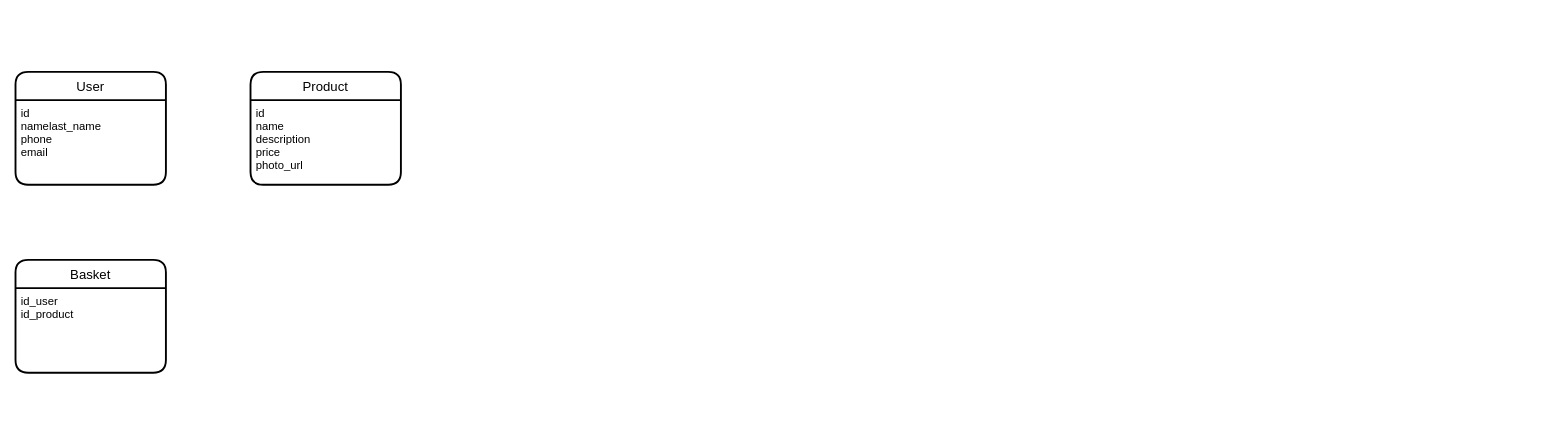
Before: page "Database" (2 of 3) of Withcer_map.drawio in DemonMaike/dj_shop_the_withcer, a draw.io diagram. Source tidied: cells renumbered, new cells numbered last; positions are measured from the earlier drawing's top-left corner, leaving out a move shared by most shapes. Both pictures are drawn from the tidied source at 94%, with x=0, y=0 at pixel (15, 71).
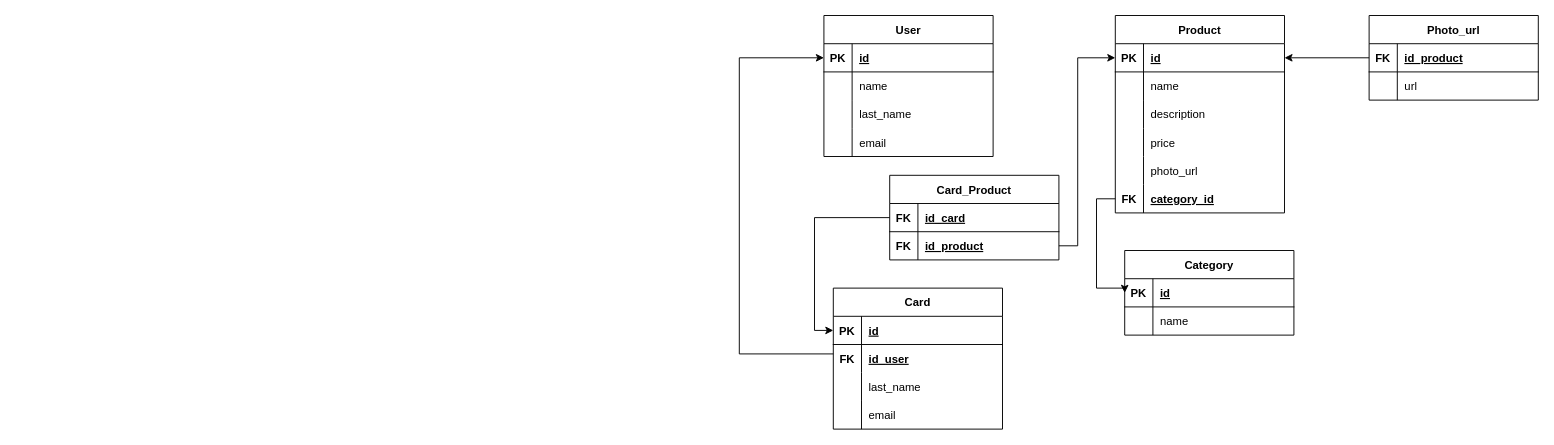
Above is the later version.

What changed in the source:
```diff
@@
-    <mxCell id="2" value="User" style="swimlane;horizontal=1;startSize=30;rounded=1;fontSize=14;fontStyle=0;strokeWidth=2;shadow=0;dashed=0;align=center;" parent="1" vertex="1">
-      <mxGeometry width="160" height="120" as="geometry" />
+    <mxCell id="2" value="User" style="shape=table;startSize=30;childLayout=tableLayout;rowLines=0;fontStyle=1;align=center;" parent="1" vertex="1">
+      <mxGeometry x="860" y="-60" width="180" height="150" as="geometry" />
     </mxCell>
-    <mxCell id="3" value="id&#10;namelast_name&#10;phone&#10;email&#10;" style="align=left;strokeColor=none;fillColor=none;spacingLeft=4;fontSize=12;verticalAlign=top;" parent="2" vertex="1">
-      <mxGeometry y="30" width="160" height="90" as="geometry" />
-    </mxCell>
+    <mxCell id="8" style="shape=tableRow;horizontal=0;startSize=0;swimlaneHead=0;swimlaneBody=0;fillColor=none;points=[[0,0.5],[1,0.5]];portConstraint=eastwest;top=0;left=0;right=0;bottom=1;" parent="2" vertex="1">
+      <mxGeometry y="30" width="180" height="30" as="geometry" />
+    </mxCell>
+    <mxCell id="9" value="PK" style="shape=partialRectangle;fillColor=none;top=0;left=0;bottom=0;right=0;fontStyle=1;overflow=hidden;" parent="8" vertex="1">
+      <mxGeometry width="30" height="30" as="geometry" />
+    </mxCell>
+    <mxCell id="10" value="id" style="shape=partialRectangle;fillColor=none;top=0;left=0;bottom=0;right=0;align=left;spacingLeft=6;fontStyle=5;overflow=hidden;" parent="8" vertex="1">
+      <mxGeometry x="30" width="150" height="30" as="geometry" />
+    </mxCell>
+    <mxCell id="11" style="shape=tableRow;horizontal=0;startSize=0;swimlaneHead=0;swimlaneBody=0;fillColor=none;top=0;left=0;right=0;bottom=0;" parent="2" vertex="1">
+      <mxGeometry y="60" width="180" height="30" as="geometry" />
+    </mxCell>
+    <mxCell id="12" style="shape=partialRectangle;fillColor=none;top=0;left=0;bottom=0;right=0;overflow=hidden;" parent="11" vertex="1">
+      <mxGeometry width="30" height="30" as="geometry" />
+    </mxCell>
+    <mxCell id="13" value="name" style="shape=partialRectangle;fillColor=none;top=0;left=0;bottom=0;right=0;align=left;spacingLeft=6;overflow=hidden;" parent="11" vertex="1">
+      <mxGeometry x="30" width="150" height="30" as="geometry" />
+    </mxCell>
+    <mxCell id="14" style="shape=tableRow;horizontal=0;startSize=0;swimlaneHead=0;swimlaneBody=0;fillColor=none;top=0;left=0;right=0;bottom=0;" parent="2" vertex="1">
+      <mxGeometry y="90" width="180" height="30" as="geometry" />
+    </mxCell>
+    <mxCell id="15" style="shape=partialRectangle;fillColor=none;top=0;left=0;bottom=0;right=0;overflow=hidden;" parent="14" vertex="1">
+      <mxGeometry width="30" height="30" as="geometry" />
+    </mxCell>
+    <mxCell id="16" value="last_name" style="shape=partialRectangle;fillColor=none;top=0;left=0;bottom=0;right=0;align=left;spacingLeft=6;overflow=hidden;" parent="14" vertex="1">
+      <mxGeometry x="30" width="150" height="30" as="geometry" />
+    </mxCell>
+    <mxCell id="17" style="shape=tableRow;horizontal=0;startSize=0;swimlaneHead=0;swimlaneBody=0;fillColor=none;top=0;left=0;right=0;bottom=0;" parent="2" vertex="1">
+      <mxGeometry y="120" width="180" height="30" as="geometry" />
+    </mxCell>
+    <mxCell id="18" style="shape=partialRectangle;fillColor=none;top=0;left=0;bottom=0;right=0;overflow=hidden;" parent="17" vertex="1">
+      <mxGeometry width="30" height="30" as="geometry" />
+    </mxCell>
+    <mxCell id="19" value="email" style="shape=partialRectangle;fillColor=none;top=0;left=0;bottom=0;right=0;align=left;spacingLeft=6;overflow=hidden;" parent="17" vertex="1">
+      <mxGeometry x="30" width="150" height="30" as="geometry" />
+    </mxCell>
+    <mxCell id="20" value="Card" style="shape=table;startSize=30;childLayout=tableLayout;rowLines=0;fontStyle=1;align=center;" parent="1" vertex="1">
+      <mxGeometry x="870" y="230" width="180" height="150" as="geometry" />
+    </mxCell>
+    <mxCell id="21" style="shape=tableRow;horizontal=0;startSize=0;swimlaneHead=0;swimlaneBody=0;fillColor=none;points=[[0,0.5],[1,0.5]];portConstraint=eastwest;top=0;left=0;right=0;bottom=1;" parent="20" vertex="1">
+      <mxGeometry y="30" width="180" height="30" as="geometry" />
+    </mxCell>
+    <mxCell id="22" value="PK" style="shape=partialRectangle;fillColor=none;top=0;left=0;bottom=0;right=0;fontStyle=1;overflow=hidden;" parent="21" vertex="1">
+      <mxGeometry width="30" height="30" as="geometry" />
+    </mxCell>
+    <mxCell id="23" value="id" style="shape=partialRectangle;fillColor=none;top=0;left=0;bottom=0;right=0;align=left;spacingLeft=6;fontStyle=5;overflow=hidden;" parent="21" vertex="1">
+      <mxGeometry x="30" width="150" height="30" as="geometry" />
+    </mxCell>
+    <mxCell id="24" style="shape=tableRow;horizontal=0;startSize=0;swimlaneHead=0;swimlaneBody=0;fillColor=none;points=[[0,0.5],[1,0.5]];portConstraint=eastwest;top=0;left=0;right=0;bottom=0;" parent="20" vertex="1">
+      <mxGeometry y="60" width="180" height="30" as="geometry" />
+    </mxCell>
+    <mxCell id="25" value="FK" style="shape=partialRectangle;fillColor=none;top=0;left=0;bottom=0;right=0;overflow=hidden;fontStyle=1;" parent="24" vertex="1">
+      <mxGeometry width="30" height="30" as="geometry" />
+    </mxCell>
+    <mxCell id="26" value="id_user" style="shape=partialRectangle;fillColor=none;top=0;left=0;bottom=0;right=0;align=left;spacingLeft=6;overflow=hidden;fontStyle=5;" parent="24" vertex="1">
+      <mxGeometry x="30" width="150" height="30" as="geometry" />
+    </mxCell>
+    <mxCell id="27" style="shape=tableRow;horizontal=0;startSize=0;swimlaneHead=0;swimlaneBody=0;fillColor=none;top=0;left=0;right=0;bottom=0;" parent="20" vertex="1">
+      <mxGeometry y="90" width="180" height="30" as="geometry" />
+    </mxCell>
+    <mxCell id="28" style="shape=partialRectangle;fillColor=none;top=0;left=0;bottom=0;right=0;overflow=hidden;" parent="27" vertex="1">
+      <mxGeometry width="30" height="30" as="geometry" />
+    </mxCell>
+    <mxCell id="29" value="last_name" style="shape=partialRectangle;fillColor=none;top=0;left=0;bottom=0;right=0;align=left;spacingLeft=6;overflow=hidden;" parent="27" vertex="1">
+      <mxGeometry x="30" width="150" height="30" as="geometry" />
+    </mxCell>
+    <mxCell id="30" style="shape=tableRow;horizontal=0;startSize=0;swimlaneHead=0;swimlaneBody=0;fillColor=none;top=0;left=0;right=0;bottom=0;" parent="20" vertex="1">
+      <mxGeometry y="120" width="180" height="30" as="geometry" />
+    </mxCell>
+    <mxCell id="31" style="shape=partialRectangle;fillColor=none;top=0;left=0;bottom=0;right=0;overflow=hidden;" parent="30" vertex="1">
+      <mxGeometry width="30" height="30" as="geometry" />
+    </mxCell>
+    <mxCell id="32" value="email" style="shape=partialRectangle;fillColor=none;top=0;left=0;bottom=0;right=0;align=left;spacingLeft=6;overflow=hidden;" parent="30" vertex="1">
+      <mxGeometry x="30" width="150" height="30" as="geometry" />
+    </mxCell>
+    <mxCell id="33" value="Card_Product" style="shape=table;startSize=30;childLayout=tableLayout;rowLines=0;fontStyle=1;align=center;" parent="1" vertex="1">
+      <mxGeometry x="930" y="110" width="180" height="90" as="geometry" />
+    </mxCell>
+    <mxCell id="34" style="shape=tableRow;horizontal=0;startSize=0;swimlaneHead=0;swimlaneBody=0;fillColor=none;points=[[0,0.5],[1,0.5]];portConstraint=eastwest;top=0;left=0;right=0;bottom=1;" parent="33" vertex="1">
+      <mxGeometry y="30" width="180" height="30" as="geometry" />
+    </mxCell>
+    <mxCell id="35" value="FK" style="shape=partialRectangle;fillColor=none;top=0;left=0;bottom=0;right=0;fontStyle=1;overflow=hidden;" parent="34" vertex="1">
+      <mxGeometry width="30" height="30" as="geometry" />
+    </mxCell>
+    <mxCell id="36" value="id_card" style="shape=partialRectangle;fillColor=none;top=0;left=0;bottom=0;right=0;align=left;spacingLeft=6;fontStyle=5;overflow=hidden;" parent="34" vertex="1">
+      <mxGeometry x="30" width="150" height="30" as="geometry" />
+    </mxCell>
+    <mxCell id="37" style="shape=tableRow;horizontal=0;startSize=0;swimlaneHead=0;swimlaneBody=0;fillColor=none;points=[[0,0.5],[1,0.5]];portConstraint=eastwest;top=0;left=0;right=0;bottom=0;" parent="33" vertex="1">
+      <mxGeometry y="60" width="180" height="30" as="geometry" />
+    </mxCell>
+    <mxCell id="38" value="FK" style="shape=partialRectangle;fillColor=none;top=0;left=0;bottom=0;right=0;overflow=hidden;fontStyle=1;" parent="37" vertex="1">
+      <mxGeometry width="30" height="30" as="geometry" />
+    </mxCell>
+    <mxCell id="39" value="id_product" style="shape=partialRectangle;fillColor=none;top=0;left=0;bottom=0;right=0;align=left;spacingLeft=6;overflow=hidden;fontStyle=5;" parent="37" vertex="1">
+      <mxGeometry x="30" width="150" height="30" as="geometry" />
+    </mxCell>
-    <mxCell id="4" value="Product" style="swimlane;horizontal=1;startSize=30;rounded=1;fontSize=14;fontStyle=0;strokeWidth=2;shadow=0;dashed=0;align=center;" parent="1" vertex="1">
-      <mxGeometry x="250" width="160" height="120" as="geometry" />
+    <mxCell id="4" value="Product" style="shape=table;startSize=30;childLayout=tableLayout;rowLines=0;fontStyle=1;align=center;" parent="1" vertex="1">
+      <mxGeometry x="1170" y="-60" width="180" height="210" as="geometry" />
     </mxCell>
-    <mxCell id="5" value="id&#10;name&#10;description&#10;price&#10;photo_url&#10;&#10;" style="align=left;strokeColor=none;fillColor=none;spacingLeft=4;fontSize=12;verticalAlign=top;" parent="4" vertex="1">
-      <mxGeometry y="30" width="160" height="90" as="geometry" />
-    </mxCell>
-    <mxCell id="6" value="Basket" style="swimlane;horizontal=1;startSize=30;rounded=1;fontSize=14;fontStyle=0;strokeWidth=2;shadow=0;dashed=0;align=center;" parent="1" vertex="1">
-      <mxGeometry y="200" width="160" height="120" as="geometry" />
-    </mxCell>
-    <mxCell id="7" value="id_user&#10;id_product&#10;" style="align=left;strokeColor=none;fillColor=none;spacingLeft=4;fontSize=12;verticalAlign=top;" parent="6" vertex="1">
-      <mxGeometry y="30" width="160" height="90" as="geometry" />
-    </mxCell>
+    <mxCell id="40" style="shape=tableRow;horizontal=0;startSize=0;swimlaneHead=0;swimlaneBody=0;fillColor=none;points=[[0,0.5],[1,0.5]];portConstraint=eastwest;top=0;left=0;right=0;bottom=1;" parent="4" vertex="1">
+      <mxGeometry y="30" width="180" height="30" as="geometry" />
+    </mxCell>
+    <mxCell id="41" value="PK" style="shape=partialRectangle;fillColor=none;top=0;left=0;bottom=0;right=0;fontStyle=1;overflow=hidden;" parent="40" vertex="1">
+      <mxGeometry width="30" height="30" as="geometry" />
+    </mxCell>
+    <mxCell id="42" value="id" style="shape=partialRectangle;fillColor=none;top=0;left=0;bottom=0;right=0;align=left;spacingLeft=6;fontStyle=5;overflow=hidden;" parent="40" vertex="1">
+      <mxGeometry x="30" width="150" height="30" as="geometry" />
+    </mxCell>
+    <mxCell id="43" style="shape=tableRow;horizontal=0;startSize=0;swimlaneHead=0;swimlaneBody=0;fillColor=none;top=0;left=0;right=0;bottom=0;" parent="4" vertex="1">
+      <mxGeometry y="60" width="180" height="30" as="geometry" />
+    </mxCell>
+    <mxCell id="44" style="shape=partialRectangle;fillColor=none;top=0;left=0;bottom=0;right=0;overflow=hidden;" parent="43" vertex="1">
+      <mxGeometry width="30" height="30" as="geometry" />
+    </mxCell>
+    <mxCell id="45" value="name" style="shape=partialRectangle;fillColor=none;top=0;left=0;bottom=0;right=0;align=left;spacingLeft=6;overflow=hidden;" parent="43" vertex="1">
+      <mxGeometry x="30" width="150" height="30" as="geometry" />
+    </mxCell>
+    <mxCell id="46" style="shape=tableRow;horizontal=0;startSize=0;swimlaneHead=0;swimlaneBody=0;fillColor=none;top=0;left=0;right=0;bottom=0;" parent="4" vertex="1">
+      <mxGeometry y="90" width="180" height="30" as="geometry" />
+    </mxCell>
+    <mxCell id="47" style="shape=partialRectangle;fillColor=none;top=0;left=0;bottom=0;right=0;overflow=hidden;" parent="46" vertex="1">
+      <mxGeometry width="30" height="30" as="geometry" />
+    </mxCell>
+    <mxCell id="48" value="description" style="shape=partialRectangle;fillColor=none;top=0;left=0;bottom=0;right=0;align=left;spacingLeft=6;overflow=hidden;" parent="46" vertex="1">
+      <mxGeometry x="30" width="150" height="30" as="geometry" />
+    </mxCell>
+    <mxCell id="49" style="shape=tableRow;horizontal=0;startSize=0;swimlaneHead=0;swimlaneBody=0;fillColor=none;top=0;left=0;right=0;bottom=0;" parent="4" vertex="1">
+      <mxGeometry y="120" width="180" height="30" as="geometry" />
+    </mxCell>
+    <mxCell id="50" style="shape=partialRectangle;fillColor=none;top=0;left=0;bottom=0;right=0;overflow=hidden;" parent="49" vertex="1">
+      <mxGeometry width="30" height="30" as="geometry" />
+    </mxCell>
+    <mxCell id="51" value="price" style="shape=partialRectangle;fillColor=none;top=0;left=0;bottom=0;right=0;align=left;spacingLeft=6;overflow=hidden;" parent="49" vertex="1">
+      <mxGeometry x="30" width="150" height="30" as="geometry" />
+    </mxCell>
+    <mxCell id="52" style="shape=tableRow;horizontal=0;startSize=0;swimlaneHead=0;swimlaneBody=0;fillColor=none;top=0;left=0;right=0;bottom=0;" parent="4" vertex="1">
+      <mxGeometry y="150" width="180" height="30" as="geometry" />
+    </mxCell>
+    <mxCell id="53" style="shape=partialRectangle;fillColor=none;top=0;left=0;bottom=0;right=0;overflow=hidden;" parent="52" vertex="1">
+      <mxGeometry width="30" height="30" as="geometry" />
+    </mxCell>
+    <mxCell id="54" value="photo_url" style="shape=partialRectangle;fillColor=none;top=0;left=0;bottom=0;right=0;align=left;spacingLeft=6;overflow=hidden;" parent="52" vertex="1">
+      <mxGeometry x="30" width="150" height="30" as="geometry" />
+    </mxCell>
+    <mxCell id="55" style="shape=tableRow;horizontal=0;startSize=0;swimlaneHead=0;swimlaneBody=0;fillColor=none;points=[[0,0.5],[1,0.5]];portConstraint=eastwest;top=0;left=0;right=0;bottom=0;fontStyle=0;" parent="4" vertex="1">
+      <mxGeometry y="180" width="180" height="30" as="geometry" />
+    </mxCell>
+    <mxCell id="56" value="FK" style="shape=partialRectangle;fillColor=none;top=0;left=0;bottom=0;right=0;overflow=hidden;fontStyle=1;" parent="55" vertex="1">
+      <mxGeometry width="30" height="30" as="geometry" />
+    </mxCell>
+    <mxCell id="57" value="category_id" style="shape=partialRectangle;fillColor=none;top=0;left=0;bottom=0;right=0;align=left;spacingLeft=6;overflow=hidden;fontStyle=5;" parent="55" vertex="1">
+      <mxGeometry x="30" width="150" height="30" as="geometry" />
+    </mxCell>
+    <mxCell id="58" style="shape=tableRow;horizontal=0;startSize=0;swimlaneHead=0;swimlaneBody=0;fillColor=none;top=0;left=0;right=0;bottom=0;" parent="1" vertex="1">
+      <mxGeometry x="1180" y="90" width="180" height="30" as="geometry" />
+    </mxCell>
+    <mxCell id="59" style="shape=partialRectangle;fillColor=none;top=0;left=0;bottom=0;right=0;overflow=hidden;" parent="58" vertex="1">
+      <mxGeometry width="30" height="30" as="geometry" />
+    </mxCell>
+    <mxCell id="60" style="shape=tableRow;horizontal=0;startSize=0;swimlaneHead=0;swimlaneBody=0;fillColor=none;top=0;left=0;right=0;bottom=0;" parent="1" vertex="1">
+      <mxGeometry x="1180" y="90" width="180" height="30" as="geometry" />
+    </mxCell>
+    <mxCell id="61" style="shape=partialRectangle;fillColor=none;top=0;left=0;bottom=0;right=0;overflow=hidden;" parent="60" vertex="1">
+      <mxGeometry width="30" height="30" as="geometry" />
+    </mxCell>
+    <mxCell id="62" value="Category" style="shape=table;startSize=30;childLayout=tableLayout;rowLines=0;fontStyle=1;align=center;" parent="1" vertex="1">
+      <mxGeometry x="1180" y="190" width="180" height="90" as="geometry" />
+    </mxCell>
+    <mxCell id="63" style="shape=tableRow;horizontal=0;startSize=0;swimlaneHead=0;swimlaneBody=0;fillColor=none;points=[[0,0.5],[1,0.5]];portConstraint=eastwest;top=0;left=0;right=0;bottom=1;" parent="62" vertex="1">
+      <mxGeometry y="30" width="180" height="30" as="geometry" />
+    </mxCell>
+    <mxCell id="64" value="PK" style="shape=partialRectangle;fillColor=none;top=0;left=0;bottom=0;right=0;fontStyle=1;overflow=hidden;" parent="63" vertex="1">
+      <mxGeometry width="30" height="30" as="geometry" />
+    </mxCell>
+    <mxCell id="65" value="id" style="shape=partialRectangle;fillColor=none;top=0;left=0;bottom=0;right=0;align=left;spacingLeft=6;fontStyle=5;overflow=hidden;" parent="63" vertex="1">
+      <mxGeometry x="30" width="150" height="30" as="geometry" />
+    </mxCell>
+    <mxCell id="66" style="shape=tableRow;horizontal=0;startSize=0;swimlaneHead=0;swimlaneBody=0;fillColor=none;top=0;left=0;right=0;bottom=0;" parent="62" vertex="1">
+      <mxGeometry y="60" width="180" height="30" as="geometry" />
+    </mxCell>
+    <mxCell id="67" style="shape=partialRectangle;fillColor=none;top=0;left=0;bottom=0;right=0;overflow=hidden;" parent="66" vertex="1">
+      <mxGeometry width="30" height="30" as="geometry" />
+    </mxCell>
+    <mxCell id="68" value="name" style="shape=partialRectangle;fillColor=none;top=0;left=0;bottom=0;right=0;align=left;spacingLeft=6;overflow=hidden;" parent="66" vertex="1">
+      <mxGeometry x="30" width="150" height="30" as="geometry" />
+    </mxCell>
+    <mxCell id="69" style="edgeStyle=orthogonalEdgeStyle;rounded=0;jettySize=auto;html=1;entryX=0;entryY=0.5;entryDx=0;entryDy=0;" parent="1" edge="1" source="34" target="21">
+      <mxGeometry relative="1" as="geometry" />
+    </mxCell>
+    <mxCell id="70" style="edgeStyle=orthogonalEdgeStyle;rounded=0;jettySize=auto;html=1;entryX=0;entryY=0.5;entryDx=0;entryDy=0;" parent="1" edge="1" source="37" target="40">
+      <mxGeometry relative="1" as="geometry">
+        <Array as="points">
+          <mxPoint x="1130" y="185" />
+          <mxPoint x="1130" y="-15" />
+        </Array>
+      </mxGeometry>
+    </mxCell>
+    <mxCell id="71" style="edgeStyle=orthogonalEdgeStyle;rounded=0;jettySize=auto;html=1;entryX=0;entryY=0.5;entryDx=0;entryDy=0;" parent="1" edge="1" source="24" target="8">
+      <mxGeometry relative="1" as="geometry">
+        <Array as="points">
+          <mxPoint x="770" y="300" />
+          <mxPoint x="770" y="-15" />
+        </Array>
+      </mxGeometry>
+    </mxCell>
+    <mxCell id="72" style="edgeStyle=orthogonalEdgeStyle;rounded=0;jettySize=auto;html=1;entryX=0;entryY=0.5;entryDx=0;entryDy=0;" parent="1" edge="1" source="55" target="63">
+      <mxGeometry relative="1" as="geometry">
+        <Array as="points">
+          <mxPoint x="1150" y="135" />
+          <mxPoint x="1150" y="230" />
+          <mxPoint x="1180" y="230" />
+        </Array>
+      </mxGeometry>
+    </mxCell>
+    <mxCell id="73" value="Photo_url" style="shape=table;startSize=30;childLayout=tableLayout;rowLines=0;fontStyle=1;align=center;" parent="1" vertex="1">
+      <mxGeometry x="1440" y="-60" width="180" height="90" as="geometry" />
+    </mxCell>
+    <mxCell id="74" style="shape=tableRow;horizontal=0;startSize=0;swimlaneHead=0;swimlaneBody=0;fillColor=none;points=[[0,0.5],[1,0.5]];portConstraint=eastwest;top=0;left=0;right=0;bottom=1;" parent="73" vertex="1">
+      <mxGeometry y="30" width="180" height="30" as="geometry" />
+    </mxCell>
+    <mxCell id="75" value="FK" style="shape=partialRectangle;fillColor=none;top=0;left=0;bottom=0;right=0;fontStyle=1;overflow=hidden;" parent="74" vertex="1">
+      <mxGeometry width="30" height="30" as="geometry" />
+    </mxCell>
+    <mxCell id="76" value="id_product" style="shape=partialRectangle;fillColor=none;top=0;left=0;bottom=0;right=0;align=left;spacingLeft=6;fontStyle=5;overflow=hidden;" parent="74" vertex="1">
+      <mxGeometry x="30" width="150" height="30" as="geometry" />
+    </mxCell>
+    <mxCell id="77" style="shape=tableRow;horizontal=0;startSize=0;swimlaneHead=0;swimlaneBody=0;fillColor=none;top=0;left=0;right=0;bottom=0;" parent="73" vertex="1">
+      <mxGeometry y="60" width="180" height="30" as="geometry" />
+    </mxCell>
+    <mxCell id="78" style="shape=partialRectangle;fillColor=none;top=0;left=0;bottom=0;right=0;overflow=hidden;" parent="77" vertex="1">
+      <mxGeometry width="30" height="30" as="geometry" />
+    </mxCell>
+    <mxCell id="79" value="url" style="shape=partialRectangle;fillColor=none;top=0;left=0;bottom=0;right=0;align=left;spacingLeft=6;overflow=hidden;" parent="77" vertex="1">
+      <mxGeometry x="30" width="150" height="30" as="geometry" />
+    </mxCell>
+    <mxCell id="80" style="edgeStyle=orthogonalEdgeStyle;rounded=0;jettySize=auto;html=1;" parent="1" edge="1" source="74" target="40">
+      <mxGeometry relative="1" as="geometry" />
+    </mxCell>
```
